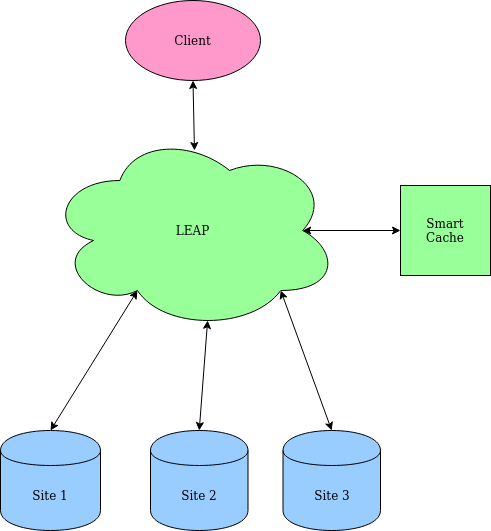
Above: assets/diagrams/leap_cache.png in leap-project/leap-project.github.io (draw.io), before the change. Source tidied: cells renumbered, new cells last; positions are measured from the earlier drawing's top-left corner, leaving out a move shared by most shapes.
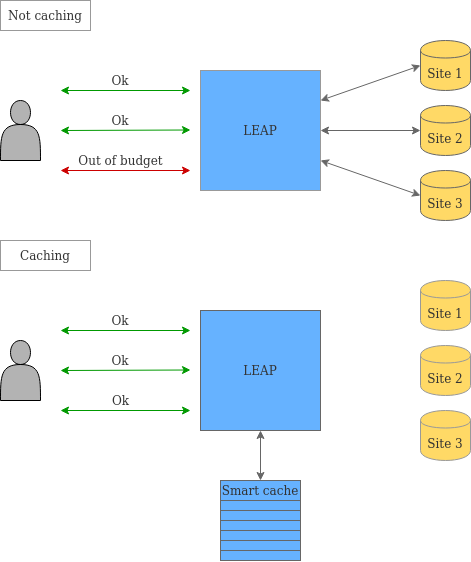
The same file after the commit.

Commit message:
New two piece diagram

The edit, as a diff of the source:
```diff
@@ -2,38 +2,130 @@
   <root>
     <mxCell id="0" />
     <mxCell id="1" parent="0" />
-    <mxCell id="2" value="&lt;font face=&quot;Verdana&quot;&gt;Site 1&lt;/font&gt;" style="shape=cylinder;whiteSpace=wrap;html=1;boundedLbl=1;backgroundOutline=1;fillColor=#99CCFF;" parent="1" vertex="1">
-      <mxGeometry y="430" width="100" height="100" as="geometry" />
-    </mxCell>
-    <mxCell id="3" value="&lt;font face=&quot;Verdana&quot;&gt;Site 2&lt;/font&gt;" style="shape=cylinder;whiteSpace=wrap;html=1;boundedLbl=1;backgroundOutline=1;fillColor=#99CCFF;" parent="1" vertex="1">
-      <mxGeometry x="150" y="430" width="97.5" height="100" as="geometry" />
-    </mxCell>
-    <mxCell id="4" value="Site 3" style="shape=cylinder;whiteSpace=wrap;html=1;boundedLbl=1;backgroundOutline=1;fillColor=#99CCFF;" parent="1" vertex="1">
-      <mxGeometry x="282.5" y="430" width="97.5" height="100" as="geometry" />
-    </mxCell>
-    <mxCell id="5" value="&lt;font face=&quot;Verdana&quot;&gt;LEAP&lt;/font&gt;" style="ellipse;shape=cloud;whiteSpace=wrap;html=1;fillColor=#99FF99;" parent="1" vertex="1">
-      <mxGeometry x="46.2" y="130" width="292.5" height="200" as="geometry" />
-    </mxCell>
-    <mxCell id="6" value="&lt;font face=&quot;Verdana&quot;&gt;Client&lt;/font&gt;" style="ellipse;whiteSpace=wrap;html=1;fillColor=#FF99CC;" parent="1" vertex="1">
-      <mxGeometry x="125" width="135" height="80" as="geometry" />
-    </mxCell>
-    <mxCell id="7" style="endArrow=classic;startArrow=classic;html=1;entryX=0.5;entryY=1;entryDx=0;entryDy=0;exitX=0.505;exitY=0.1;exitDx=0;exitDy=0;exitPerimeter=0;" parent="1" edge="1" source="5" target="6">
-      <mxGeometry relative="1" as="geometry" />
-    </mxCell>
-    <mxCell id="8" style="endArrow=classic;startArrow=classic;html=1;entryX=0.31;entryY=0.8;entryDx=0;entryDy=0;entryPerimeter=0;exitX=0.5;exitY=0;exitDx=0;exitDy=0;" parent="1" edge="1" source="2" target="5">
-      <mxGeometry relative="1" as="geometry" />
-    </mxCell>
-    <mxCell id="9" style="endArrow=classic;startArrow=classic;html=1;entryX=0.55;entryY=0.95;entryDx=0;entryDy=0;entryPerimeter=0;exitX=0.5;exitY=0;exitDx=0;exitDy=0;" parent="1" edge="1" source="3" target="5">
-      <mxGeometry relative="1" as="geometry" />
-    </mxCell>
-    <mxCell id="10" style="endArrow=classic;startArrow=classic;html=1;entryX=0.8;entryY=0.8;entryDx=0;entryDy=0;entryPerimeter=0;exitX=0.5;exitY=0;exitDx=0;exitDy=0;" parent="1" edge="1" source="4" target="5">
-      <mxGeometry relative="1" as="geometry" />
-    </mxCell>
-    <mxCell id="11" value="&lt;div&gt;&lt;font face=&quot;Verdana&quot;&gt;Smart&lt;/font&gt;&lt;/div&gt;&lt;div&gt;&lt;font face=&quot;Verdana&quot;&gt;Cache&lt;br&gt;&lt;/font&gt;&lt;/div&gt;" style="whiteSpace=wrap;html=1;fillColor=#99FF99;" parent="1" vertex="1">
-      <mxGeometry x="400" y="185" width="90" height="90" as="geometry" />
-    </mxCell>
-    <mxCell id="12" style="endArrow=classic;startArrow=classic;html=1;entryX=0;entryY=0.5;entryDx=0;entryDy=0;exitX=0.875;exitY=0.5;exitDx=0;exitDy=0;exitPerimeter=0;" parent="1" edge="1" source="5" target="11">
-      <mxGeometry relative="1" as="geometry" />
-    </mxCell>
+    <mxCell id="13" style="shape=actor;whiteSpace=wrap;html=1;fillColor=#B3B3B3;fontColor=#333333;" parent="1" vertex="1">
+      <mxGeometry x="100" y="120" width="40" height="60" as="geometry" />
+    </mxCell>
+    <mxCell id="14" value="LEAP" style="whiteSpace=wrap;html=1;fillColor=#66B2FF;strokeColor=#999999;fontColor=#333333;" parent="1" vertex="1">
+      <mxGeometry x="300" y="90" width="120" height="120" as="geometry" />
+    </mxCell>
+    <mxCell id="15" style="endArrow=classic;startArrow=classic;html=1;entryX=0;entryY=0.25;entryDx=0;entryDy=0;strokeColor=#009900;fillColor=#009900;fontColor=#333333;" parent="1" edge="1">
+      <mxGeometry relative="1" as="geometry">
+        <mxPoint x="160" y="150" as="sourcePoint" />
+        <mxPoint x="290" y="149.5" as="targetPoint" />
+      </mxGeometry>
+    </mxCell>
+    <mxCell id="16" style="endArrow=classic;startArrow=classic;html=1;entryX=0;entryY=0.25;entryDx=0;entryDy=0;fillColor=#CC0000;strokeColor=#CC0000;fontColor=#333333;" parent="1" edge="1">
+      <mxGeometry relative="1" as="geometry">
+        <mxPoint x="160" y="190" as="sourcePoint" />
+        <mxPoint x="290" y="190" as="targetPoint" />
+      </mxGeometry>
+    </mxCell>
+    <mxCell id="17" style="endArrow=classic;startArrow=classic;html=1;entryX=0;entryY=0.25;entryDx=0;entryDy=0;fillColor=#009900;strokeColor=#009900;fontColor=#333333;" parent="1" edge="1">
+      <mxGeometry relative="1" as="geometry">
+        <mxPoint x="160" y="110" as="sourcePoint" />
+        <mxPoint x="290" y="110" as="targetPoint" />
+      </mxGeometry>
+    </mxCell>
+    <mxCell id="18" value="Ok" style="text;html=1;strokeColor=none;fillColor=none;align=center;verticalAlign=middle;whiteSpace=wrap;rounded=0;fontColor=#333333;" parent="1" vertex="1">
+      <mxGeometry x="200" y="90" width="40" height="20" as="geometry" />
+    </mxCell>
+    <mxCell id="19" value="Out of budget" style="text;html=1;align=center;verticalAlign=middle;fontColor=#333333;" parent="1" vertex="1">
+      <mxGeometry x="170" y="170" width="100" height="20" as="geometry" />
+    </mxCell>
+    <mxCell id="20" value="Ok" style="text;html=1;strokeColor=none;fillColor=none;align=center;verticalAlign=middle;whiteSpace=wrap;rounded=0;fontColor=#333333;" parent="1" vertex="1">
+      <mxGeometry x="200" y="130" width="40" height="20" as="geometry" />
+    </mxCell>
+    <mxCell id="21" value="&lt;div align=&quot;center&quot;&gt;Site 1&lt;/div&gt;" style="shape=cylinder;whiteSpace=wrap;html=1;boundedLbl=1;backgroundOutline=1;strokeColor=#666666;fillColor=#FFD966;align=center;fontColor=#333333;" parent="1" vertex="1">
+      <mxGeometry x="520" y="60" width="50" height="50" as="geometry" />
+    </mxCell>
+    <mxCell id="22" value="&lt;div align=&quot;center&quot;&gt;Site 2&lt;br&gt;&lt;/div&gt;" style="shape=cylinder;whiteSpace=wrap;html=1;boundedLbl=1;backgroundOutline=1;strokeColor=#666666;fillColor=#FFD966;align=center;fontColor=#333333;" parent="1" vertex="1">
+      <mxGeometry x="520" y="125" width="50" height="50" as="geometry" />
+    </mxCell>
+    <mxCell id="23" value="&lt;div align=&quot;center&quot;&gt;Site 3&lt;br&gt;&lt;/div&gt;" style="shape=cylinder;whiteSpace=wrap;html=1;boundedLbl=1;backgroundOutline=1;strokeColor=#666666;fillColor=#FFD966;align=center;fontColor=#333333;" parent="1" vertex="1">
+      <mxGeometry x="520" y="190" width="50" height="50" as="geometry" />
+    </mxCell>
+    <mxCell id="24" style="endArrow=classic;startArrow=classic;html=1;strokeColor=#666666;fillColor=#CC0000;entryX=1;entryY=0.25;entryDx=0;entryDy=0;exitX=0;exitY=0.5;exitDx=0;exitDy=0;fontColor=#333333;" parent="1" edge="1" source="21" target="14">
+      <mxGeometry relative="1" as="geometry" />
+    </mxCell>
+    <mxCell id="25" style="endArrow=classic;startArrow=classic;html=1;strokeColor=#666666;fillColor=#CC0000;entryX=1;entryY=0.5;entryDx=0;entryDy=0;exitX=0;exitY=0.5;exitDx=0;exitDy=0;fontColor=#333333;" parent="1" edge="1" source="22" target="14">
+      <mxGeometry relative="1" as="geometry" />
+    </mxCell>
+    <mxCell id="26" style="endArrow=classic;startArrow=classic;html=1;strokeColor=#666666;fillColor=#CC0000;entryX=1;entryY=0.75;entryDx=0;entryDy=0;exitX=0;exitY=0.5;exitDx=0;exitDy=0;fontColor=#333333;" parent="1" edge="1" source="23" target="14">
+      <mxGeometry relative="1" as="geometry" />
+    </mxCell>
+    <mxCell id="27" value="Not caching" style="rounded=0;whiteSpace=wrap;html=1;strokeColor=#999999;fillColor=none;fontColor=#333333;" parent="1" vertex="1">
+      <mxGeometry x="100" y="20" width="90" height="30" as="geometry" />
+    </mxCell>
+    <mxCell id="28" style="shape=actor;whiteSpace=wrap;html=1;fillColor=#B3B3B3;fontColor=#333333;" parent="1" vertex="1">
+      <mxGeometry x="100" y="360" width="40" height="60" as="geometry" />
+    </mxCell>
+    <mxCell id="29" value="LEAP" style="whiteSpace=wrap;html=1;fillColor=#66B2FF;strokeColor=#666666;fontColor=#333333;" parent="1" vertex="1">
+      <mxGeometry x="300" y="330" width="120" height="120" as="geometry" />
+    </mxCell>
+    <mxCell id="30" style="endArrow=classic;startArrow=classic;html=1;entryX=0;entryY=0.25;entryDx=0;entryDy=0;strokeColor=#009900;fontColor=#333333;" parent="1" edge="1">
+      <mxGeometry relative="1" as="geometry">
+        <mxPoint x="160" y="390" as="sourcePoint" />
+        <mxPoint x="290" y="389.5" as="targetPoint" />
+      </mxGeometry>
+    </mxCell>
+    <mxCell id="31" style="endArrow=classic;startArrow=classic;html=1;entryX=0;entryY=0.25;entryDx=0;entryDy=0;fillColor=#009900;strokeColor=#009900;fontColor=#333333;" parent="1" edge="1">
+      <mxGeometry relative="1" as="geometry">
+        <mxPoint x="160" y="430" as="sourcePoint" />
+        <mxPoint x="290" y="430" as="targetPoint" />
+      </mxGeometry>
+    </mxCell>
+    <mxCell id="32" style="endArrow=classic;startArrow=classic;html=1;entryX=0;entryY=0.25;entryDx=0;entryDy=0;fillColor=#009900;strokeColor=#009900;fontColor=#333333;" parent="1" edge="1">
+      <mxGeometry relative="1" as="geometry">
+        <mxPoint x="160" y="350" as="sourcePoint" />
+        <mxPoint x="290" y="350" as="targetPoint" />
+      </mxGeometry>
+    </mxCell>
+    <mxCell id="33" value="Ok" style="text;html=1;strokeColor=none;fillColor=none;align=center;verticalAlign=middle;whiteSpace=wrap;rounded=0;fontColor=#333333;" parent="1" vertex="1">
+      <mxGeometry x="200" y="330" width="40" height="20" as="geometry" />
+    </mxCell>
+    <mxCell id="34" value="Ok" style="text;html=1;align=center;verticalAlign=middle;fontColor=#333333;" parent="1" vertex="1">
+      <mxGeometry x="205" y="410" width="30" height="20" as="geometry" />
+    </mxCell>
+    <mxCell id="35" value="Ok" style="text;html=1;strokeColor=none;fillColor=none;align=center;verticalAlign=middle;whiteSpace=wrap;rounded=0;fontColor=#333333;" parent="1" vertex="1">
+      <mxGeometry x="200" y="370" width="40" height="20" as="geometry" />
+    </mxCell>
+    <mxCell id="36" value="&lt;div align=&quot;center&quot;&gt;Site 1&lt;/div&gt;" style="shape=cylinder;whiteSpace=wrap;html=1;boundedLbl=1;backgroundOutline=1;strokeColor=#999999;fillColor=#FFD966;align=center;fontColor=#333333;" parent="1" vertex="1">
+      <mxGeometry x="520" y="300" width="50" height="50" as="geometry" />
+    </mxCell>
+    <mxCell id="37" value="&lt;div align=&quot;center&quot;&gt;Site 2&lt;br&gt;&lt;/div&gt;" style="shape=cylinder;whiteSpace=wrap;html=1;boundedLbl=1;backgroundOutline=1;strokeColor=#999999;fillColor=#FFD966;align=center;fontColor=#333333;" parent="1" vertex="1">
+      <mxGeometry x="520" y="365" width="50" height="50" as="geometry" />
+    </mxCell>
+    <mxCell id="38" value="&lt;div align=&quot;center&quot;&gt;Site 3&lt;br&gt;&lt;/div&gt;" style="shape=cylinder;whiteSpace=wrap;html=1;boundedLbl=1;backgroundOutline=1;strokeColor=#999999;fillColor=#FFD966;align=center;fontColor=#333333;" parent="1" vertex="1">
+      <mxGeometry x="520" y="430" width="50" height="50" as="geometry" />
+    </mxCell>
+    <mxCell id="39" value="Caching" style="rounded=0;whiteSpace=wrap;html=1;strokeColor=#999999;fillColor=none;fontColor=#333333;" parent="1" vertex="1">
+      <mxGeometry x="100" y="260" width="90" height="30" as="geometry" />
+    </mxCell>
+    <mxCell id="40" value="Smart cache" style="rounded=0;whiteSpace=wrap;html=1;strokeColor=#666666;fillColor=#66B2FF;fontColor=#333333;" parent="1" vertex="1">
+      <mxGeometry x="320" y="500" width="80" height="20" as="geometry" />
+    </mxCell>
+    <mxCell id="41" style="rounded=0;whiteSpace=wrap;html=1;strokeColor=#666666;fillColor=#66B2FF;fontColor=#333333;" parent="1" vertex="1">
+      <mxGeometry x="320" y="520" width="80" height="10" as="geometry" />
+    </mxCell>
+    <mxCell id="42" style="rounded=0;whiteSpace=wrap;html=1;strokeColor=#666666;fillColor=#66B2FF;fontColor=#333333;" parent="1" vertex="1">
+      <mxGeometry x="320" y="530" width="80" height="10" as="geometry" />
+    </mxCell>
+    <mxCell id="43" style="rounded=0;whiteSpace=wrap;html=1;strokeColor=#666666;fillColor=#66B2FF;fontColor=#333333;" parent="1" vertex="1">
+      <mxGeometry x="320" y="540" width="80" height="10" as="geometry" />
+    </mxCell>
+    <mxCell id="44" style="rounded=0;whiteSpace=wrap;html=1;strokeColor=#666666;fillColor=#66B2FF;fontColor=#333333;" parent="1" vertex="1">
+      <mxGeometry x="320" y="550" width="80" height="10" as="geometry" />
+    </mxCell>
+    <mxCell id="45" style="rounded=0;whiteSpace=wrap;html=1;strokeColor=#666666;fillColor=#66B2FF;fontColor=#333333;" parent="1" vertex="1">
+      <mxGeometry x="320" y="560" width="80" height="10" as="geometry" />
+    </mxCell>
+    <mxCell id="46" style="rounded=0;whiteSpace=wrap;html=1;strokeColor=#666666;fillColor=#66B2FF;fontColor=#333333;" parent="1" vertex="1">
+      <mxGeometry x="320" y="570" width="80" height="10" as="geometry" />
+    </mxCell>
+    <mxCell id="47" style="endArrow=classic;startArrow=classic;html=1;strokeColor=#666666;fillColor=#CC0000;entryX=0.5;entryY=1;entryDx=0;entryDy=0;exitX=0.5;exitY=0;exitDx=0;exitDy=0;fontColor=#333333;" parent="1" edge="1" target="29">
+      <mxGeometry relative="1" as="geometry">
+        <mxPoint x="360" y="500" as="sourcePoint" />
+      </mxGeometry>
+    </mxCell>
   </root>
 </mxGraphModel>
```
